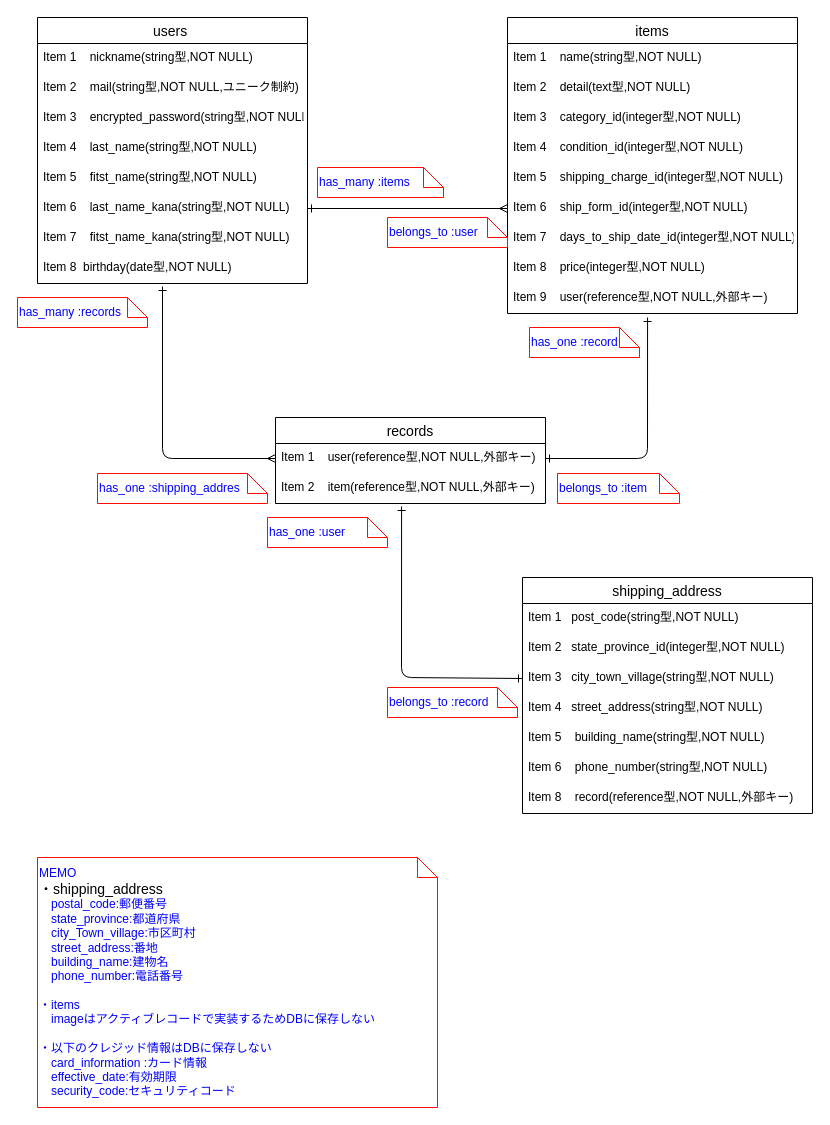
Earlier version of the draw.io diagram db/ER.dio (miracletea/furima-39667). Source tidied: cells renumbered, new cells numbered last; positions are measured from the earlier drawing's top-left corner, leaving out a move shared by most shapes. Both pictures are drawn from the tidied source at 100%, with x=0, y=0 at pixel (17, 17).
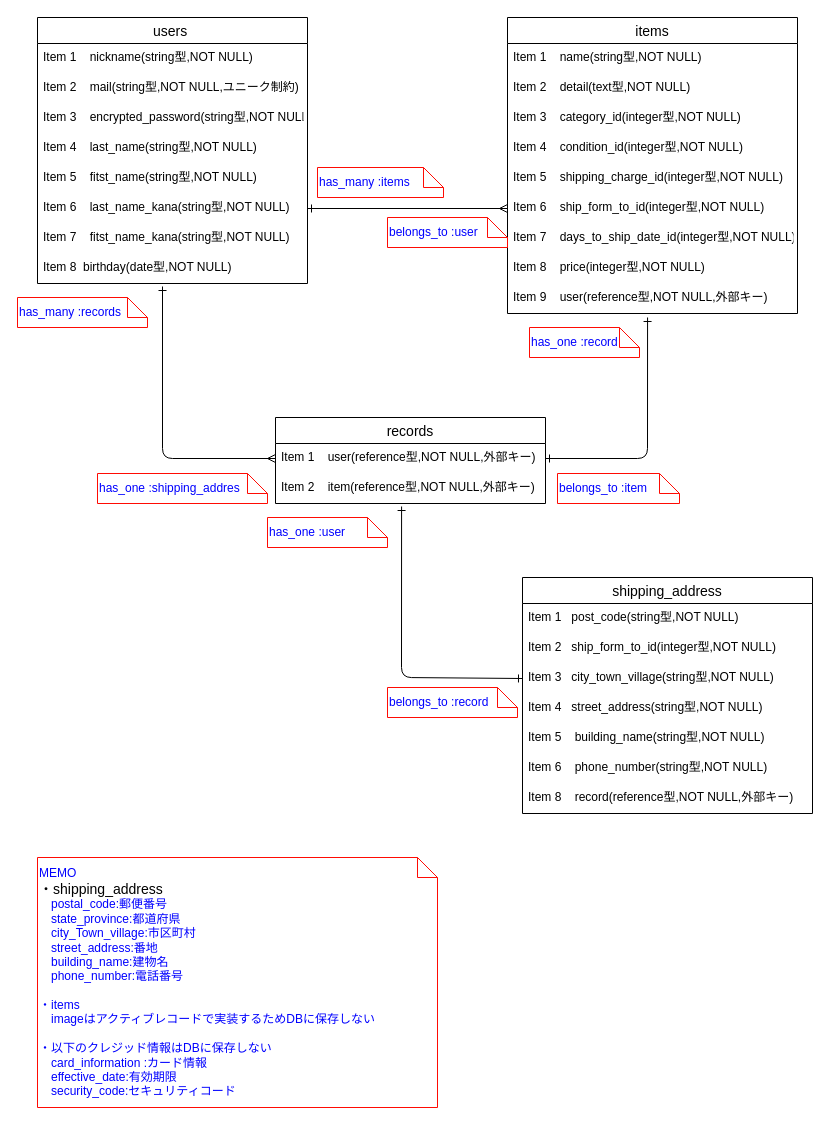
The same page after the edit.

Commit message (it also covers changes not shown here):
送信元、送信先のカラムを一つに統一

都道府県のカラム名は商品の都道府県と同じにしましょう。
都道府県のファイルを実装する際に作成するファイルが１つで済むためです。

The change refers to these unchanged cells:
```xml
<mxCell id="11" value="items" style="swimlane;fontStyle=0;horizontal=1;startSize=26;align=center;fontSize=14;" parent="1" vertex="1">
  <mxGeometry x="490" width="290" height="296" as="geometry" />
</mxCell>
<mxCell id="26" value="shipping_address" style="swimlane;fontStyle=0;horizontal=1;startSize=26;align=center;fontSize=14;" parent="1" vertex="1">
  <mxGeometry x="505" y="560" width="290" height="236" as="geometry" />
</mxCell>
```

The edit, as a diff of the source:
```diff
@@
-    <mxCell id="17" value="Item 6    ship_form_id(integer型,NOT NULL)" style="text;strokeColor=none;fillColor=none;spacingLeft=4;spacingRight=4;overflow=hidden;points=[[0,0.5],[1,0.5]];portConstraint=eastwest;fontSize=12;" parent="11" vertex="1">
+    <mxCell id="17" value="Item 6    ship_form_to_id(integer型,NOT NULL)" style="text;strokeColor=none;fillColor=none;spacingLeft=4;spacingRight=4;overflow=hidden;points=[[0,0.5],[1,0.5]];portConstraint=eastwest;fontSize=12;" parent="11" vertex="1">
       <mxGeometry y="176" width="290" height="30" as="geometry" />
     </mxCell>
@@
-    <mxCell id="28" value="Item 2   state_province_id(integer型,NOT NULL)" style="text;strokeColor=none;fillColor=none;spacingLeft=4;spacingRight=4;overflow=hidden;fontSize=12;" parent="26" vertex="1">
+    <mxCell id="28" value="Item 2   ship_form_to_id(integer型,NOT NULL)" style="text;strokeColor=none;fillColor=none;spacingLeft=4;spacingRight=4;overflow=hidden;fontSize=12;" parent="26" vertex="1">
       <mxGeometry y="56" width="290" height="30" as="geometry" />
     </mxCell>
```
